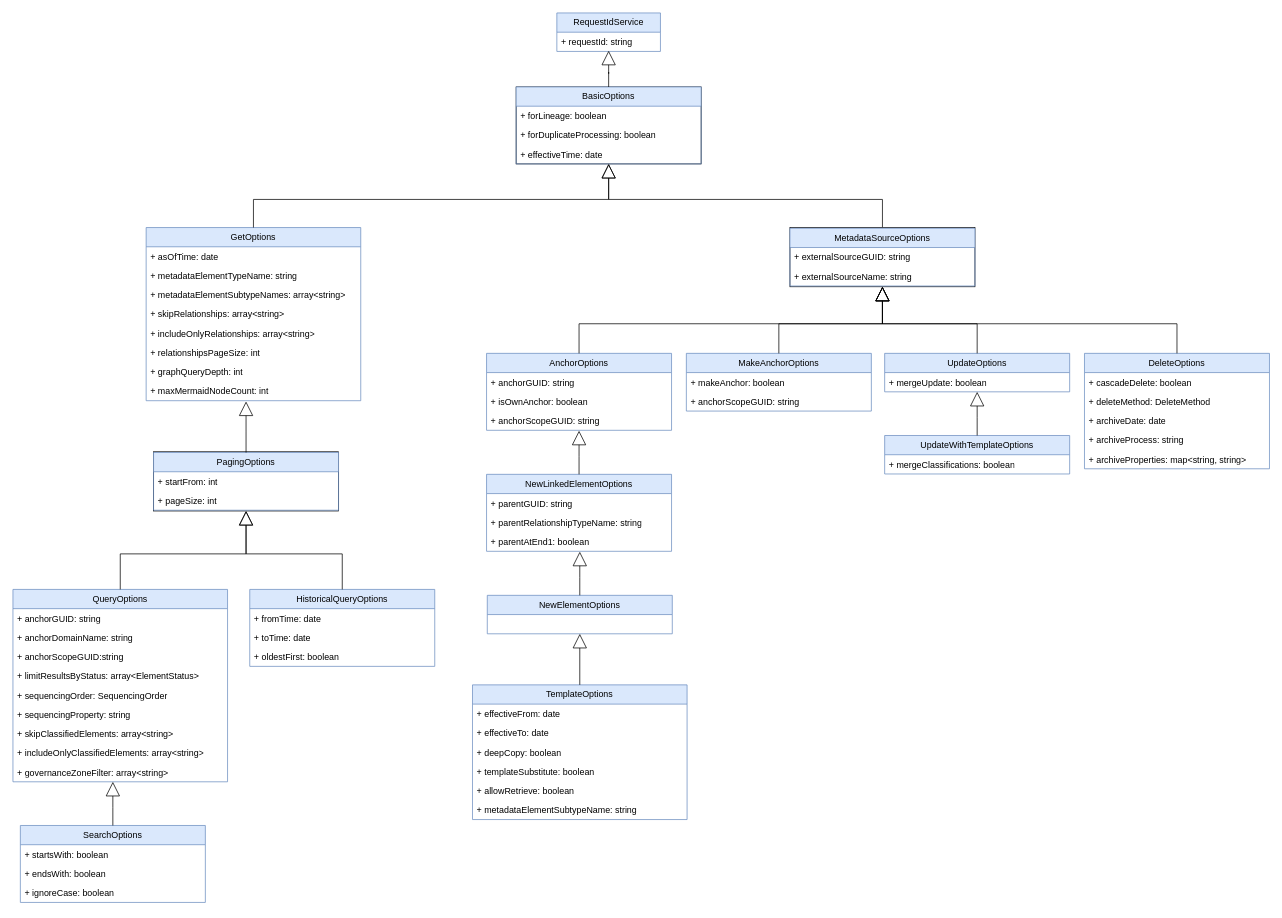
Before: site/docs/services/omvs/omvs.drawio in odpi/egeria-docs, a draw.io diagram. Source tidied: cells renumbered, new cells numbered last; positions are measured from the earlier drawing's top-left corner, leaving out a move shared by most shapes. Both pictures are drawn from the tidied source at 74%, with x=0, y=0 at pixel (13, 13).
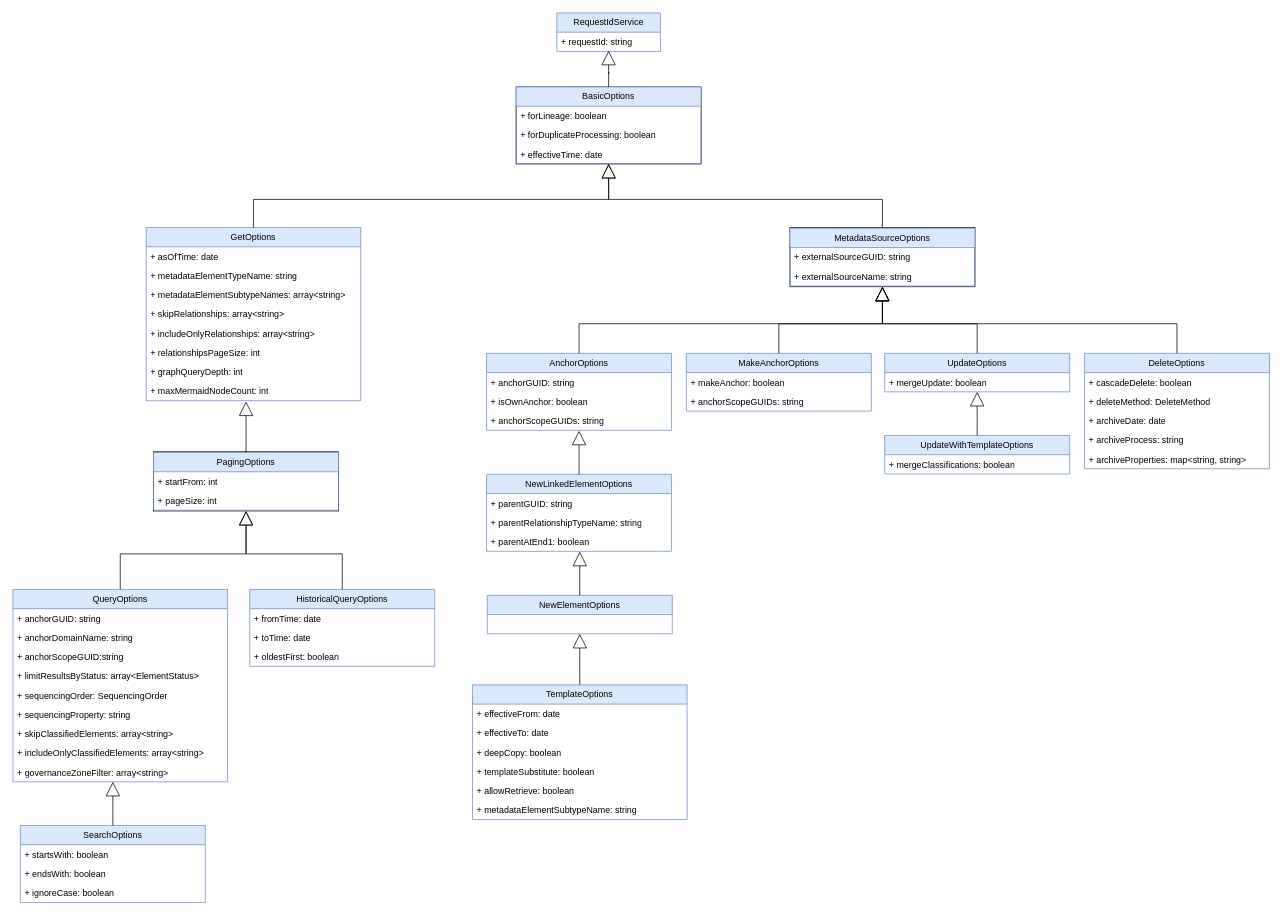
Above is the later version.

The change refers to these unchanged cells:
```xml
<mxCell id="11" value="AnchorOptions" style="swimlane;fontStyle=0;horizontal=1;startSize=26;fillColor=#dae8fc;whiteSpace=wrap;html=1;strokeColor=#6c8ebf;" parent="1" vertex="1">
  <mxGeometry x="640" y="460" width="250" height="104" as="geometry" />
</mxCell>
<mxCell id="38" value="MakeAnchorOptions" style="swimlane;fontStyle=0;horizontal=1;startSize=26;fillColor=#dae8fc;whiteSpace=wrap;html=1;strokeColor=#6c8ebf;" parent="1" vertex="1">
  <mxGeometry x="910" y="460" width="250" height="78" as="geometry" />
</mxCell>
```

Diff of the diagram source:
```diff
@@
-    <mxCell id="14" value="+ anchorScopeGUID: string" style="text;strokeColor=none;fillColor=none;align=left;verticalAlign=top;spacingLeft=4;spacingRight=4;overflow=hidden;whiteSpace=wrap;html=1;" parent="11" vertex="1">
+    <mxCell id="14" value="+ anchorScopeGUIDs: string" style="text;strokeColor=none;fillColor=none;align=left;verticalAlign=top;spacingLeft=4;spacingRight=4;overflow=hidden;whiteSpace=wrap;html=1;" parent="11" vertex="1">
       <mxGeometry y="78" width="250" height="26" as="geometry" />
     </mxCell>
@@
-    <mxCell id="40" value="+ anchorScopeGUID: string" style="text;strokeColor=none;fillColor=none;align=left;verticalAlign=top;spacingLeft=4;spacingRight=4;overflow=hidden;whiteSpace=wrap;html=1;" parent="38" vertex="1">
+    <mxCell id="40" value="+ anchorScopeGUIDs: string" style="text;strokeColor=none;fillColor=none;align=left;verticalAlign=top;spacingLeft=4;spacingRight=4;overflow=hidden;whiteSpace=wrap;html=1;" parent="38" vertex="1">
       <mxGeometry y="52" width="250" height="26" as="geometry" />
     </mxCell>
```
